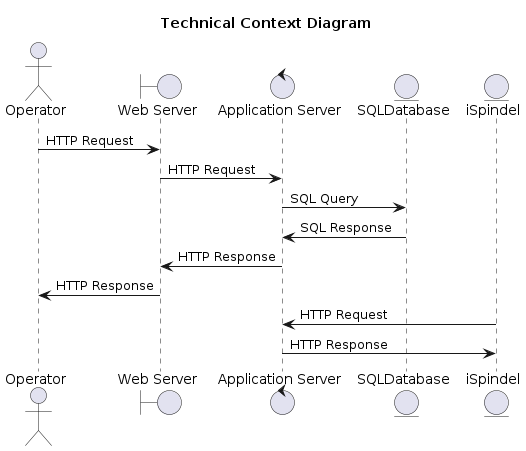
asbor/iu-project-software-engineering keeps this PlantUML diagram as documents/01-Conception-Phase/images/03-Context-View-Technical.png. Above is the earlier version.
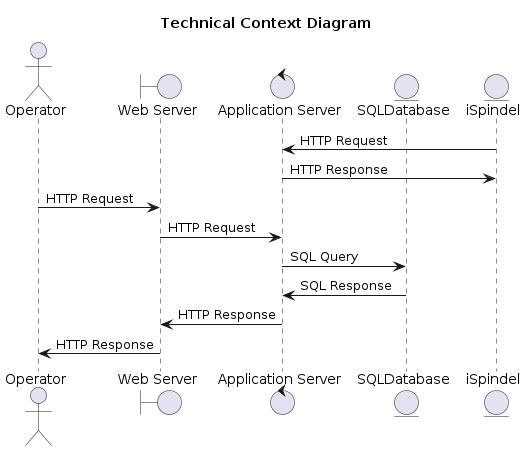
After the change.

The edit, as a diff of the source:
```diff
@@ -8,6 +8,8 @@
 entity Database as "SQLDatabase"
 entity ISpindel as "iSpindel"
 
+ISpindel -> AppServer : HTTP Request
+AppServer -> ISpindel : HTTP Response
 
 user -> WebServer : HTTP Request
 WebServer -> AppServer : HTTP Request
@@ -16,7 +18,4 @@
 AppServer -> WebServer : HTTP Response
 WebServer -> user : HTTP Response
 
-ISpindel -> AppServer : HTTP Request
-AppServer -> ISpindel : HTTP Response
-
 @enduml
```
